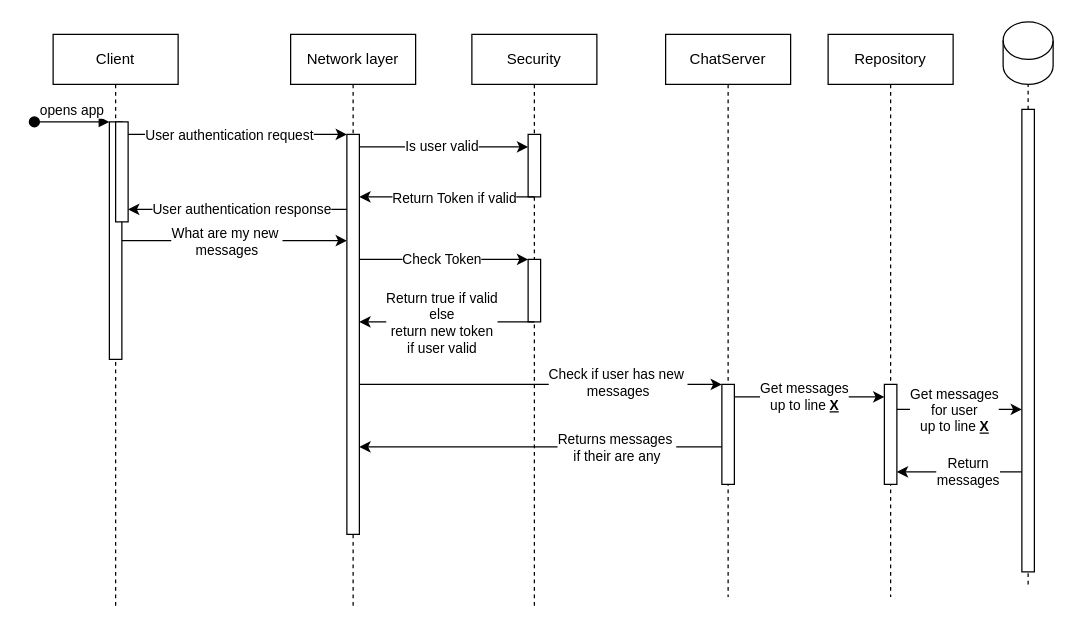
Above: documentation/UserChatConnection.drawio in IvoRum/ChatUnity (draw.io), before the change. Source tidied: cells renumbered, new cells numbered last; positions are measured from the earlier drawing's top-left corner, leaving out a move shared by most shapes. Both pictures are drawn from the tidied source at 125%, with x=0, y=0 at pixel (34, 21).
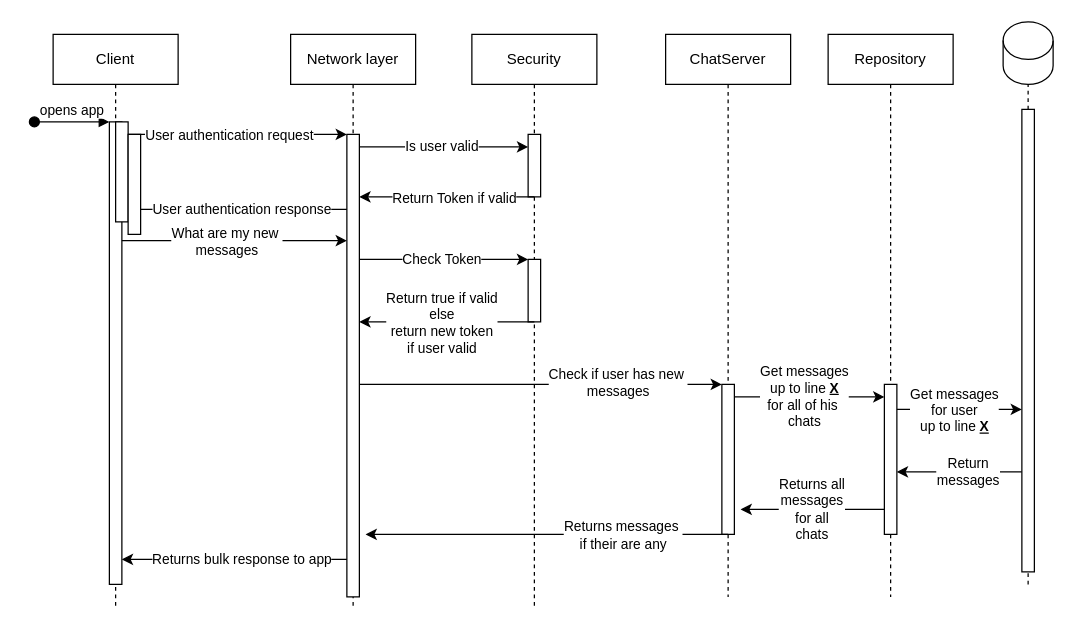
The same page after the edit.

Unchanged cells that the change refers to:
```xml
<mxCell id="2" value="Client" style="shape=umlLifeline;perimeter=lifelinePerimeter;whiteSpace=wrap;html=1;newEdgeStyle={&quot;edgeStyle&quot;:&quot;elbowEdgeStyle&quot;,&quot;elbow&quot;:&quot;vertical&quot;,&quot;curved&quot;:0,&quot;rounded&quot;:0};" parent="1" vertex="1">
  <mxGeometry x="15" y="10" width="100" height="460" as="geometry" />
</mxCell>
<mxCell id="6" value="ChatServer" style="shape=umlLifeline;perimeter=lifelinePerimeter;whiteSpace=wrap;html=1;newEdgeStyle={&quot;edgeStyle&quot;:&quot;elbowEdgeStyle&quot;,&quot;elbow&quot;:&quot;vertical&quot;,&quot;curved&quot;:0,&quot;rounded&quot;:0};" parent="1" vertex="1">
  <mxGeometry x="505" y="10" width="100" height="450" as="geometry" />
</mxCell>
<mxCell id="8" value="Network layer" style="shape=umlLifeline;perimeter=lifelinePerimeter;whiteSpace=wrap;html=1;newEdgeStyle={&quot;edgeStyle&quot;:&quot;elbowEdgeStyle&quot;,&quot;elbow&quot;:&quot;vertical&quot;,&quot;curved&quot;:0,&quot;rounded&quot;:0};" parent="1" vertex="1">
  <mxGeometry x="205" y="10" width="100" height="460" as="geometry" />
</mxCell>
<mxCell id="31" value="Repository" style="shape=umlLifeline;perimeter=lifelinePerimeter;whiteSpace=wrap;html=1;newEdgeStyle={&quot;edgeStyle&quot;:&quot;elbowEdgeStyle&quot;,&quot;elbow&quot;:&quot;vertical&quot;,&quot;curved&quot;:0,&quot;rounded&quot;:0};" parent="1" vertex="1">
  <mxGeometry x="635" y="10" width="100" height="450" as="geometry" />
</mxCell>
<mxCell id="35" style="edgeStyle=elbowEdgeStyle;rounded=0;jettySize=auto;html=1;elbow=vertical;curved=0;" parent="1" edge="1" source="7" target="32">
  <mxGeometry relative="1" as="geometry">
    <Array as="points">
      <mxPoint x="595" y="300" />
    </Array>
  </mxGeometry>
</mxCell>
<mxCell id="40" style="html=1;points=[];perimeter=orthogonalPerimeter;outlineConnect=0;targetShapes=umlLifeline;portConstraint=eastwest;newEdgeStyle={&quot;edgeStyle&quot;:&quot;elbowEdgeStyle&quot;,&quot;elbow&quot;:&quot;vertical&quot;,&quot;curved&quot;:0,&quot;rounded&quot;:0};" parent="1" vertex="1">
  <mxGeometry x="790" y="70" width="10" height="370" as="geometry" />
</mxCell>
```

What changed in the source:
```diff
@@
     <mxCell id="3" style="html=1;points=[];perimeter=orthogonalPerimeter;outlineConnect=0;targetShapes=umlLifeline;portConstraint=eastwest;newEdgeStyle={&quot;edgeStyle&quot;:&quot;elbowEdgeStyle&quot;,&quot;elbow&quot;:&quot;vertical&quot;,&quot;curved&quot;:0,&quot;rounded&quot;:0};" parent="2" vertex="1">
-      <mxGeometry x="45" y="70" width="10" height="190" as="geometry" />
+      <mxGeometry x="45" y="70" width="10" height="370" as="geometry" />
     </mxCell>
@@
     <mxCell id="7" style="html=1;points=[];perimeter=orthogonalPerimeter;outlineConnect=0;targetShapes=umlLifeline;portConstraint=eastwest;newEdgeStyle={&quot;edgeStyle&quot;:&quot;elbowEdgeStyle&quot;,&quot;elbow&quot;:&quot;vertical&quot;,&quot;curved&quot;:0,&quot;rounded&quot;:0};" parent="6" vertex="1">
-      <mxGeometry x="45" y="280" width="10" height="80" as="geometry" />
+      <mxGeometry x="45" y="280" width="10" height="120" as="geometry" />
     </mxCell>
@@
     <mxCell id="9" style="html=1;points=[];perimeter=orthogonalPerimeter;outlineConnect=0;targetShapes=umlLifeline;portConstraint=eastwest;newEdgeStyle={&quot;edgeStyle&quot;:&quot;elbowEdgeStyle&quot;,&quot;elbow&quot;:&quot;vertical&quot;,&quot;curved&quot;:0,&quot;rounded&quot;:0};" parent="8" vertex="1">
-      <mxGeometry x="45" y="80" width="10" height="320" as="geometry" />
+      <mxGeometry x="45" y="80" width="10" height="370" as="geometry" />
     </mxCell>
@@
-    <mxCell id="29" style="edgeStyle=elbowEdgeStyle;rounded=0;jettySize=auto;html=1;elbow=vertical;curved=0;" parent="1" edge="1" target="9">
+    <mxCell id="29" style="edgeStyle=elbowEdgeStyle;rounded=0;orthogonalLoop=1;jettySize=auto;html=1;elbow=vertical;curved=0;" parent="1" edge="1">
       <mxGeometry relative="1" as="geometry">
-        <mxPoint x="550" y="340" as="sourcePoint" />
+        <mxPoint x="555" y="410" as="sourcePoint" />
+        <mxPoint x="265" y="410.2" as="targetPoint" />
       </mxGeometry>
     </mxCell>
@@
     <mxCell id="32" style="html=1;points=[];perimeter=orthogonalPerimeter;outlineConnect=0;targetShapes=umlLifeline;portConstraint=eastwest;newEdgeStyle={&quot;edgeStyle&quot;:&quot;elbowEdgeStyle&quot;,&quot;elbow&quot;:&quot;vertical&quot;,&quot;curved&quot;:0,&quot;rounded&quot;:0};" parent="31" vertex="1">
-      <mxGeometry x="45" y="280" width="10" height="80" as="geometry" />
+      <mxGeometry x="45" y="280" width="10" height="120" as="geometry" />
     </mxCell>
@@
-    <mxCell id="36" value="Get messages&lt;br&gt;up to line &lt;b&gt;&lt;u&gt;X&lt;/u&gt;&lt;/b&gt;" style="edgeLabel;html=1;align=center;verticalAlign=middle;" parent="35" vertex="1">
+    <mxCell id="36" value="Get messages&lt;br&gt;up to line &lt;b style=&quot;text-decoration-line: underline;&quot;&gt;X&lt;/b&gt;&lt;br&gt;for all of his&amp;nbsp;&lt;br&gt;chats" style="edgeLabel;html=1;align=center;verticalAlign=middle;" parent="35" vertex="1">
       <mxGeometry x="-0.08" y="1" relative="1" as="geometry" />
     </mxCell>
@@
     <mxCell id="38" style="edgeStyle=elbowEdgeStyle;rounded=0;jettySize=auto;html=1;elbow=vertical;curved=0;" parent="1" edge="1" source="40" target="32">
       <mxGeometry relative="1" as="geometry">
         <Array as="points">
+          <mxPoint x="705" y="360" />
           <mxPoint x="735" y="360" />
         </Array>
       </mxGeometry>
     </mxCell>
@@
+    <mxCell id="43" value="Returns all&lt;br&gt;messages&lt;br&gt;for all&lt;br&gt;chats" style="edgeStyle=elbowEdgeStyle;rounded=0;orthogonalLoop=1;jettySize=auto;html=1;elbow=horizontal;curved=0;" parent="1" edge="1">
+      <mxGeometry relative="1" as="geometry">
+        <mxPoint x="680" y="390" as="sourcePoint" />
+        <mxPoint x="565" y="390" as="targetPoint" />
+      </mxGeometry>
+    </mxCell>
+    <mxCell id="44" style="html=1;perimeter=orthogonalPerimeter;targetShapes=umlLifeline;newEdgeStyle={&quot;edgeStyle&quot;:&quot;elbowEdgeStyle&quot;,&quot;elbow&quot;:&quot;vertical&quot;,&quot;curved&quot;:0,&quot;rounded&quot;:0};" parent="1" vertex="1">
+      <mxGeometry x="75" y="90" width="10" height="80" as="geometry" />
+    </mxCell>
+    <mxCell id="45" style="edgeStyle=elbowEdgeStyle;rounded=0;jettySize=auto;html=1;elbow=vertical;curved=0;" parent="1" edge="1" source="9" target="3">
+      <mxGeometry relative="1" as="geometry">
+        <Array as="points">
+          <mxPoint x="165" y="430" />
+        </Array>
+      </mxGeometry>
+    </mxCell>
+    <mxCell id="46" value="Returns bulk response to app" style="edgeLabel;html=1;align=center;verticalAlign=middle;" parent="45" vertex="1">
+      <mxGeometry x="0.2" y="-1" relative="1" as="geometry">
+        <mxPoint x="23" as="offset" />
+      </mxGeometry>
+    </mxCell>
```
